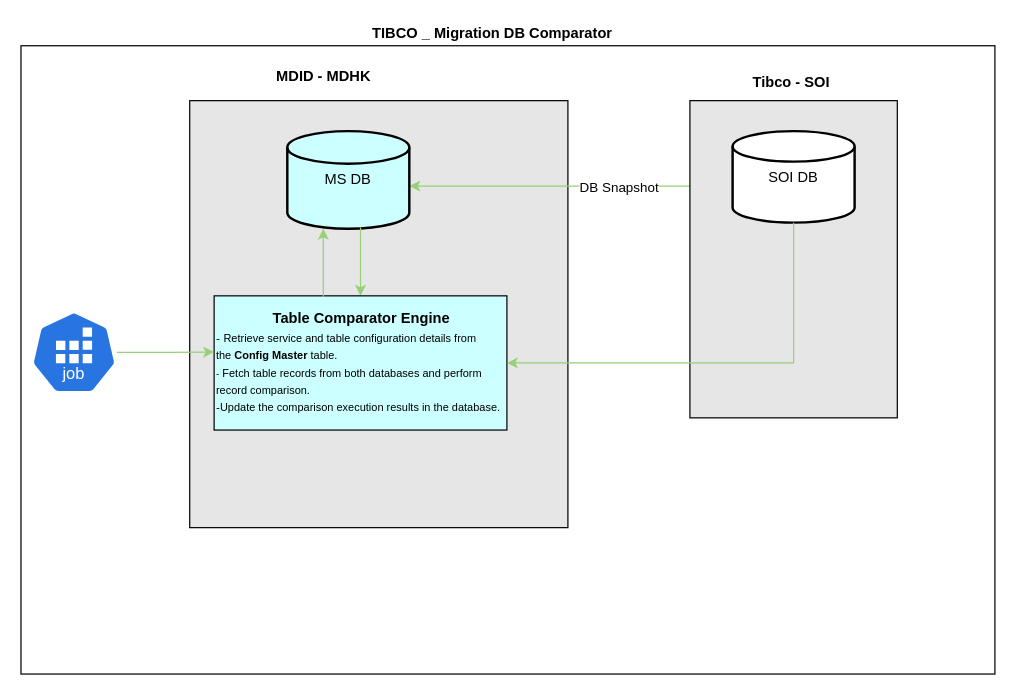
Earlier version of the draw.io diagram archtecture_diagram/db-comparator.drawio (vigneswaran-svm/tibco_architecture). Source tidied: cells renumbered, new cells numbered last; positions are measured from the earlier drawing's top-left corner, leaving out a move shared by most shapes. Both pictures are drawn from the tidied source at 122%, with x=0, y=0 at pixel (21, 21).
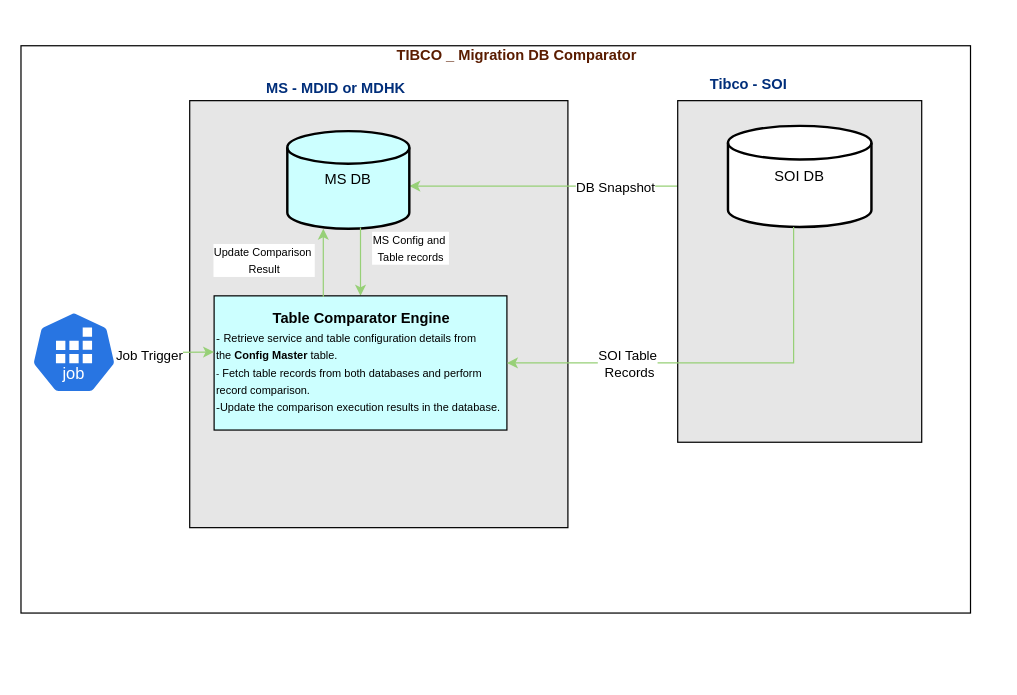
After the change.

Unchanged cells that the change refers to:
```xml
<mxCell id="3" style="sketch=0;html=1;dashed=0;whitespace=wrap;verticalLabelPosition=bottom;verticalAlign=top;fillColor=#2875E2;strokeColor=#ffffff;points=[[0.005,0.63,0],[0.1,0.2,0],[0.9,0.2,0],[0.5,0,0],[0.995,0.63,0],[0.72,0.99,0],[0.5,1,0],[0.28,0.99,0]];shape=mxgraph.kubernetes.icon2;kubernetesLabel=1;prIcon=job;" parent="1" vertex="1">
  <mxGeometry x="8" y="237.5" width="70.3" height="67.5" as="geometry" />
</mxCell>
<mxCell id="7" value="MS DB" style="strokeWidth=2;html=1;shape=mxgraph.flowchart.database;whiteSpace=wrap;fillColor=#CCFFFF;" parent="1" vertex="1">
  <mxGeometry x="218" y="90" width="100" height="80" as="geometry" />
</mxCell>
<mxCell id="9" value="&lt;div style=&quot;text-align: center;&quot;&gt;&lt;b&gt;Table Comparator Engine&lt;/b&gt;&lt;/div&gt;&lt;div&gt;&lt;font face=&quot;Verdana&quot; style=&quot;font-size: 9px;&quot;&gt;-&amp;nbsp;&lt;/font&gt;&lt;font style=&quot;font-size: 9px;&quot;&gt;&lt;span style=&quot;font-family: -webkit-standard;&quot;&gt;Retrieve service and table configuration details from the&amp;nbsp;&lt;/span&gt;&lt;strong&gt;Config Master&lt;/strong&gt;&lt;span style=&quot;font-family: -webkit-standard;&quot;&gt;&amp;nbsp;table.&lt;/span&gt;&lt;/font&gt;&lt;/div&gt;&lt;div&gt;&lt;font style=&quot;font-size: 8px;&quot;&gt;-&lt;/font&gt;&lt;font style=&quot;font-size: 9px;&quot;&gt;&amp;nbsp;&lt;/font&gt;&lt;span style=&quot;font-family: -webkit-standard;&quot;&gt;&lt;font style=&quot;font-size: 9px;&quot;&gt;Fetch table records from both databases and perform record comparison.&lt;/font&gt;&lt;/span&gt;&lt;/div&gt;&lt;div&gt;&lt;font style=&quot;font-size: 9px;&quot;&gt;&lt;font face=&quot;Verdana&quot;&gt;-&lt;/font&gt;&lt;/font&gt;&lt;span style=&quot;font-family: -webkit-standard;&quot;&gt;&lt;font style=&quot;font-size: 9px;&quot;&gt;Update the comparison execution results in the database.&lt;/font&gt;&lt;/span&gt;&lt;/div&gt;" style="rounded=0;whiteSpace=wrap;html=1;fillColor=#CCFFFF;align=left;" parent="1" vertex="1">
  <mxGeometry x="158" y="225" width="240" height="110" as="geometry" />
</mxCell>
```

The edit, as a diff of the source:
```diff
@@
     <mxCell id="2" style="rounded=0;whiteSpace=wrap;html=1;" parent="1" vertex="1">
-      <mxGeometry x="-0.3" y="20" width="798.3" height="515" as="geometry" />
+      <mxGeometry x="-0.3" y="20" width="778.3" height="465" as="geometry" />
     </mxCell>
@@
     <mxCell id="8" style="rounded=0;jettySize=auto;html=1;strokeColor=#97D077;exitX=0.6;exitY=0.988;exitDx=0;exitDy=0;exitPerimeter=0;" parent="1" edge="1" source="7" target="9">
-      <mxGeometry relative="1" as="geometry">
-        <Array as="points">
-          <mxPoint x="278" y="195" />
-        </Array>
-      </mxGeometry>
+      <mxGeometry relative="1" as="geometry" />
     </mxCell>
+    <mxCell id="19" value="&lt;font style=&quot;font-size: 9px;&quot;&gt;MS Config and&amp;nbsp;&lt;/font&gt;&lt;div&gt;&lt;font style=&quot;font-size: 9px;&quot;&gt;Table records&lt;/font&gt;&lt;/div&gt;" style="edgeLabel;html=1;align=center;verticalAlign=middle;" parent="8" vertex="1">
+      <mxGeometry x="-0.29" relative="1" as="geometry">
+        <mxPoint x="40" y="-4" as="offset" />
+      </mxGeometry>
+    </mxCell>
@@
-    <mxCell id="10" value="&lt;b&gt;MDID - MDHK&lt;/b&gt;" style="text;html=1;whiteSpace=wrap;strokeColor=none;fillColor=none;align=center;verticalAlign=middle;rounded=0;" parent="1" vertex="1">
-      <mxGeometry x="198" y="35" width="100" height="20" as="geometry" />
+    <mxCell id="10" value="&lt;b style=&quot;color: light-dark(rgb(0, 46, 122), rgb(237, 237, 237));&quot;&gt;MS - MDID or MDHK&lt;/b&gt;" style="text;html=1;whiteSpace=wrap;strokeColor=none;fillColor=none;align=center;verticalAlign=middle;rounded=0;" parent="1" vertex="1">
+      <mxGeometry x="198" y="45" width="120" height="20" as="geometry" />
     </mxCell>
-    <mxCell id="11" value="&lt;b&gt;TIBCO _ Migration DB Comparator&amp;nbsp;&lt;/b&gt;" style="text;html=1;whiteSpace=wrap;strokeColor=none;fillColor=none;align=center;verticalAlign=middle;rounded=0;" parent="1" vertex="1">
-      <mxGeometry x="278" width="220" height="20" as="geometry" />
+    <mxCell id="11" value="&lt;b style=&quot;color: light-dark(rgb(90, 28, 0), rgb(237, 237, 237));&quot;&gt;TIBCO _ Migration DB Comparator&amp;nbsp;&lt;/b&gt;" style="text;html=1;whiteSpace=wrap;strokeColor=none;fillColor=none;align=center;verticalAlign=middle;rounded=0;" parent="1" vertex="1">
+      <mxGeometry x="298" y="18.1" width="220" height="20" as="geometry" />
     </mxCell>
     <mxCell id="12" style="group;" parent="1" vertex="1">
-      <mxGeometry x="548" y="35" width="170" height="290" as="geometry" />
+      <mxGeometry x="538" y="25" width="200" height="320" as="geometry" />
     </mxCell>
     <mxCell id="13" style="rounded=0;whiteSpace=wrap;html=1;fillColor=#E6E6E6;" parent="12" vertex="1">
-      <mxGeometry y="30" width="170" height="260" as="geometry" />
+      <mxGeometry y="40" width="200" height="280" as="geometry" />
     </mxCell>
     <mxCell id="14" value="SOI DB" style="strokeWidth=2;html=1;shape=mxgraph.flowchart.database;whiteSpace=wrap;" parent="12" vertex="1">
-      <mxGeometry x="35" y="55" width="100" height="75" as="geometry" />
+      <mxGeometry x="41.2" y="60.7" width="117.6" height="82.8" as="geometry" />
     </mxCell>
+    <mxCell id="16" style="edgeStyle=orthogonalEdgeStyle;rounded=0;jettySize=auto;html=1;strokeColor=#97D077;" parent="1" edge="1" source="3">
+      <mxGeometry relative="1" as="geometry">
+        <mxPoint x="158" y="271" as="targetPoint" />
+      </mxGeometry>
+    </mxCell>
+    <mxCell id="20" value="Job Trigger" style="edgeLabel;html=1;align=center;verticalAlign=middle;" parent="16" vertex="1">
+      <mxGeometry x="-0.36" y="-2" relative="1" as="geometry" />
+    </mxCell>
+    <mxCell id="17" style="edgeStyle=orthogonalEdgeStyle;rounded=0;jettySize=auto;html=1;entryX=1;entryY=0.5;entryDx=0;entryDy=0;strokeColor=#97D077;" parent="1" edge="1" source="14" target="9">
+      <mxGeometry relative="1" as="geometry">
+        <Array as="points">
+          <mxPoint x="633" y="280" />
+        </Array>
+      </mxGeometry>
+    </mxCell>
+    <mxCell id="21" value="SOI Table&lt;div&gt;&amp;nbsp;Records&lt;/div&gt;" style="edgeLabel;html=1;align=center;verticalAlign=middle;" parent="17" vertex="1">
+      <mxGeometry x="0.35" y="1" relative="1" as="geometry">
+        <mxPoint x="-14" y="-1" as="offset" />
+      </mxGeometry>
+    </mxCell>
+    <mxCell id="18" style="rounded=0;orthogonalLoop=1;jettySize=auto;html=1;strokeColor=#97D077;exitX=0.6;exitY=0.988;exitDx=0;exitDy=0;exitPerimeter=0;" parent="1" edge="1">
+      <mxGeometry relative="1" as="geometry">
+        <mxPoint x="247.5" y="226" as="sourcePoint" />
+        <mxPoint x="247.5" y="170" as="targetPoint" />
+      </mxGeometry>
+    </mxCell>
+    <mxCell id="22" value="&lt;font style=&quot;font-size: 9px;&quot;&gt;Update Comparison&amp;nbsp;&lt;/font&gt;&lt;div&gt;&lt;font style=&quot;font-size: 9px;&quot;&gt;Result&lt;/font&gt;&lt;/div&gt;" style="edgeLabel;html=1;align=center;verticalAlign=middle;" parent="1" vertex="1">
+      <mxGeometry x="198" y="195" as="geometry" />
+    </mxCell>
-    <mxCell id="15" value="&lt;b&gt;Tibco - SOI&amp;nbsp;&lt;/b&gt;" style="text;html=1;whiteSpace=wrap;strokeColor=none;fillColor=none;align=center;verticalAlign=middle;rounded=0;" parent="12" vertex="1">
-      <mxGeometry x="35" width="100" height="30" as="geometry" />
+    <mxCell id="15" value="&lt;b style=&quot;color: light-dark(rgb(0, 46, 122), rgb(237, 237, 237));&quot;&gt;Tibco - SOI&amp;nbsp;&lt;/b&gt;" style="text;html=1;whiteSpace=wrap;strokeColor=none;fillColor=none;align=center;verticalAlign=middle;rounded=0;" parent="1" vertex="1">
+      <mxGeometry x="548" y="38.1" width="100" height="26.9" as="geometry" />
     </mxCell>
-    <mxCell id="16" style="edgeStyle=orthogonalEdgeStyle;rounded=0;jettySize=auto;html=1;strokeColor=#97D077;" parent="1" edge="1" source="3">
-      <mxGeometry relative="1" as="geometry">
-        <mxPoint x="158" y="271" as="targetPoint" />
-      </mxGeometry>
-    </mxCell>
-    <mxCell id="17" style="edgeStyle=orthogonalEdgeStyle;rounded=0;jettySize=auto;html=1;entryX=1;entryY=0.5;entryDx=0;entryDy=0;strokeColor=#97D077;" parent="1" edge="1" source="14" target="9">
-      <mxGeometry relative="1" as="geometry">
-        <Array as="points">
-          <mxPoint x="633" y="280" />
-        </Array>
-      </mxGeometry>
-    </mxCell>
-    <mxCell id="18" style="rounded=0;orthogonalLoop=1;jettySize=auto;html=1;strokeColor=#97D077;exitX=0.6;exitY=0.988;exitDx=0;exitDy=0;exitPerimeter=0;" parent="1" edge="1">
-      <mxGeometry relative="1" as="geometry">
-        <mxPoint x="247.5" y="226" as="sourcePoint" />
-        <mxPoint x="247.5" y="170" as="targetPoint" />
-      </mxGeometry>
-    </mxCell>
```
